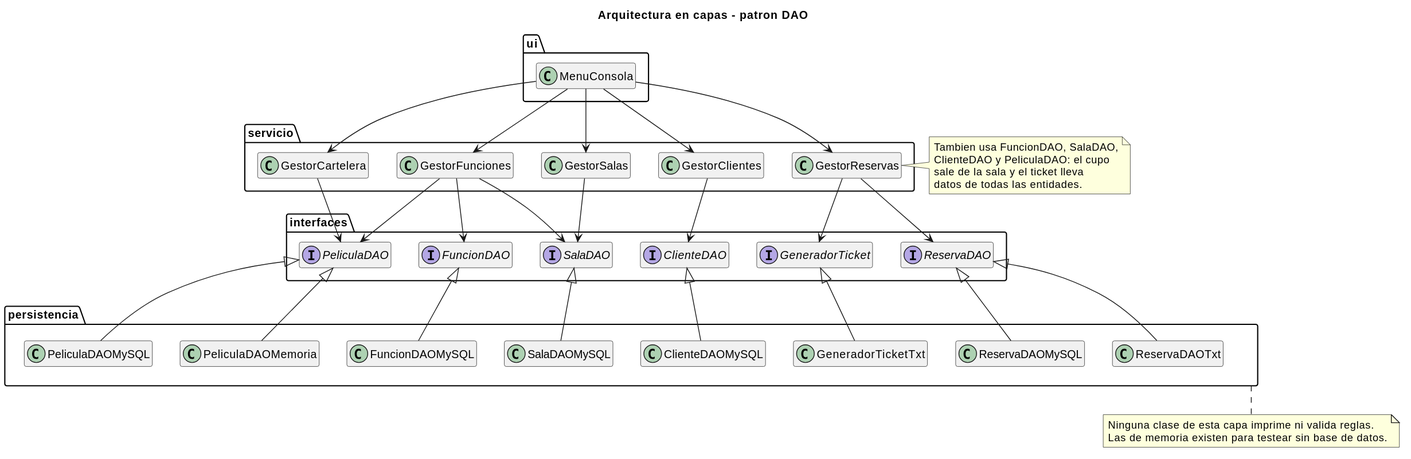
This is cine-backend/docs/diagramas/clases-capas.svg from andreiveisuade/cine-uade, a PlantUML export, as it was before one commit. The source it was exported from:
```plantuml
@startuml
title Arquitectura en capas - patron DAO

skinparam classAttributeIconSize 0
hide members

package ui {
  class MenuConsola
}

package servicio {
  class GestorCartelera
  class GestorSalas
  class GestorFunciones
  class GestorClientes
  class GestorReservas
}

package interfaces {
  interface PeliculaDAO
  interface SalaDAO
  interface FuncionDAO
  interface ClienteDAO
  interface ReservaDAO
  interface GeneradorTicket
}

package persistencia {
  class PeliculaDAOMySQL
  class PeliculaDAOMemoria
  class SalaDAOMySQL
  class FuncionDAOMySQL
  class ClienteDAOMySQL
  class ReservaDAOMySQL
  class ReservaDAOTxt
  class GeneradorTicketTxt
}

MenuConsola -down-> GestorCartelera
MenuConsola -down-> GestorSalas
MenuConsola -down-> GestorFunciones
MenuConsola -down-> GestorClientes
MenuConsola -down-> GestorReservas

GestorCartelera -down-> PeliculaDAO
GestorSalas -down-> SalaDAO
GestorFunciones -down-> FuncionDAO
GestorFunciones -down-> PeliculaDAO
GestorFunciones -down-> SalaDAO
GestorClientes -down-> ClienteDAO
GestorReservas -down-> ReservaDAO
GestorReservas -down-> GeneradorTicket

PeliculaDAOMySQL -up-|> PeliculaDAO
PeliculaDAOMemoria -up-|> PeliculaDAO
SalaDAOMySQL -up-|> SalaDAO
FuncionDAOMySQL -up-|> FuncionDAO
ClienteDAOMySQL -up-|> ClienteDAO
ReservaDAOMySQL -up-|> ReservaDAO
ReservaDAOTxt -up-|> ReservaDAO
GeneradorTicketTxt -up-|> GeneradorTicket

note right of GestorReservas
  Tambien usa FuncionDAO, SalaDAO,
  ClienteDAO y PeliculaDAO: el cupo
  sale de la sala y el ticket lleva
  datos de todas las entidades.
end note

note bottom of persistencia
  Ninguna clase de esta capa imprime ni valida reglas.
  Las de memoria existen para testear sin base de datos.
end note
@enduml
```
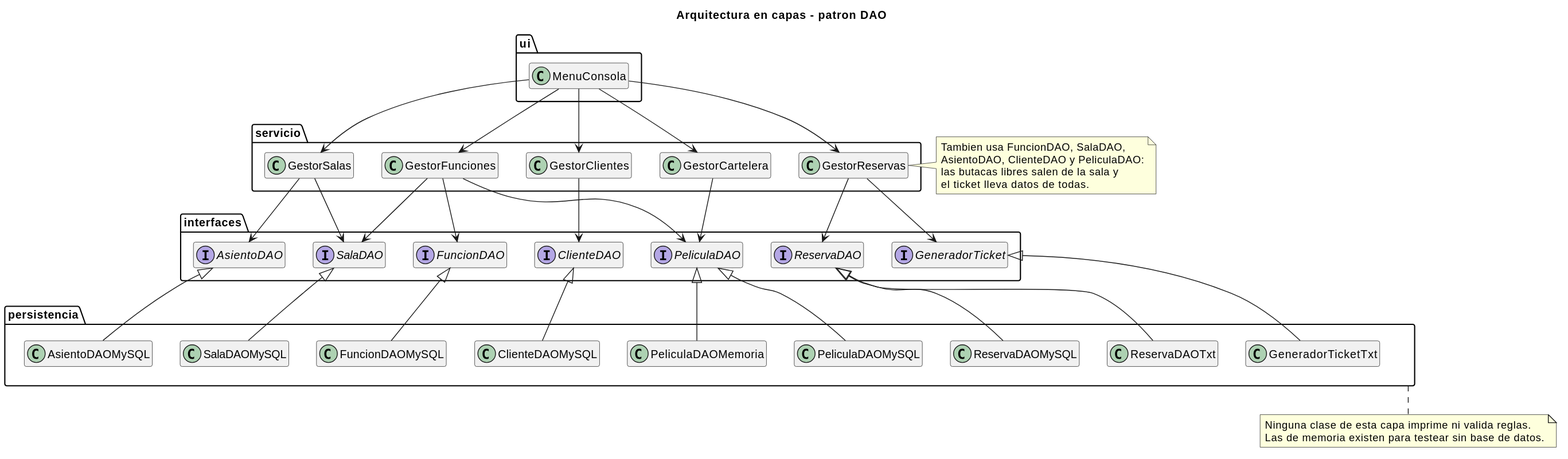
After the commit.

Diff of the diagram source:
```diff
@@ -19,6 +19,7 @@
 package interfaces {
   interface PeliculaDAO
   interface SalaDAO
+  interface AsientoDAO
   interface FuncionDAO
   interface ClienteDAO
   interface ReservaDAO
@@ -29,6 +30,7 @@
   class PeliculaDAOMySQL
   class PeliculaDAOMemoria
   class SalaDAOMySQL
+  class AsientoDAOMySQL
   class FuncionDAOMySQL
   class ClienteDAOMySQL
   class ReservaDAOMySQL
@@ -44,6 +46,7 @@
 
 GestorCartelera -down-> PeliculaDAO
 GestorSalas -down-> SalaDAO
+GestorSalas -down-> AsientoDAO
 GestorFunciones -down-> FuncionDAO
 GestorFunciones -down-> PeliculaDAO
 GestorFunciones -down-> SalaDAO
@@ -54,6 +57,7 @@
 PeliculaDAOMySQL -up-|> PeliculaDAO
 PeliculaDAOMemoria -up-|> PeliculaDAO
 SalaDAOMySQL -up-|> SalaDAO
+AsientoDAOMySQL -up-|> AsientoDAO
 FuncionDAOMySQL -up-|> FuncionDAO
 ClienteDAOMySQL -up-|> ClienteDAO
 ReservaDAOMySQL -up-|> ReservaDAO
@@ -62,9 +66,9 @@
 
 note right of GestorReservas
   Tambien usa FuncionDAO, SalaDAO,
-  ClienteDAO y PeliculaDAO: el cupo
-  sale de la sala y el ticket lleva
-  datos de todas las entidades.
+  AsientoDAO, ClienteDAO y PeliculaDAO:
+  las butacas libres salen de la sala y
+  el ticket lleva datos de todas.
 end note
 
 note bottom of persistencia
```
